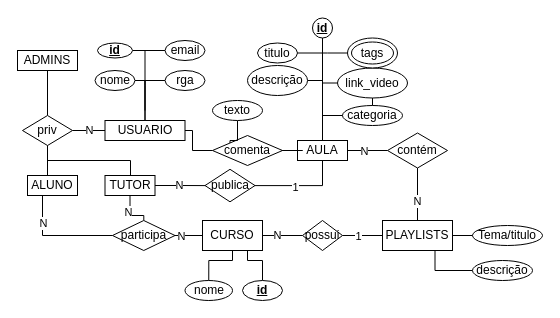
Before: Untitled Diagram.drawio in douglas-terra/r1, a draw.io diagram. Source tidied: cells renumbered, new cells numbered last; positions are measured from the earlier drawing's top-left corner, leaving out a move shared by most shapes. Both pictures are drawn from the tidied source at 100%, with x=0, y=0 at pixel (17, 18).
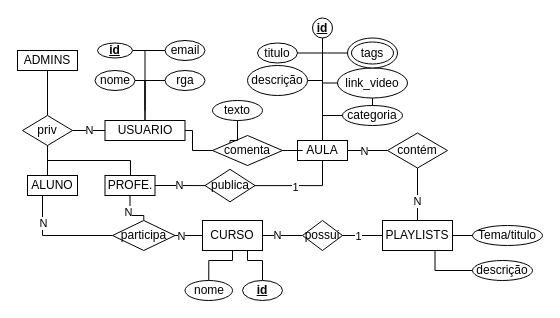
The same diagram, later.

Diff of the diagram source:
```diff
@@
-    <mxCell id="25" value="TUTOR" style="rounded=0;whiteSpace=wrap;html=1;" parent="1" vertex="1">
+    <mxCell id="25" value="PROFE." style="rounded=0;whiteSpace=wrap;html=1;" parent="1" vertex="1">
       <mxGeometry x="87.5" y="157" width="50" height="20" as="geometry" />
     </mxCell>
```
